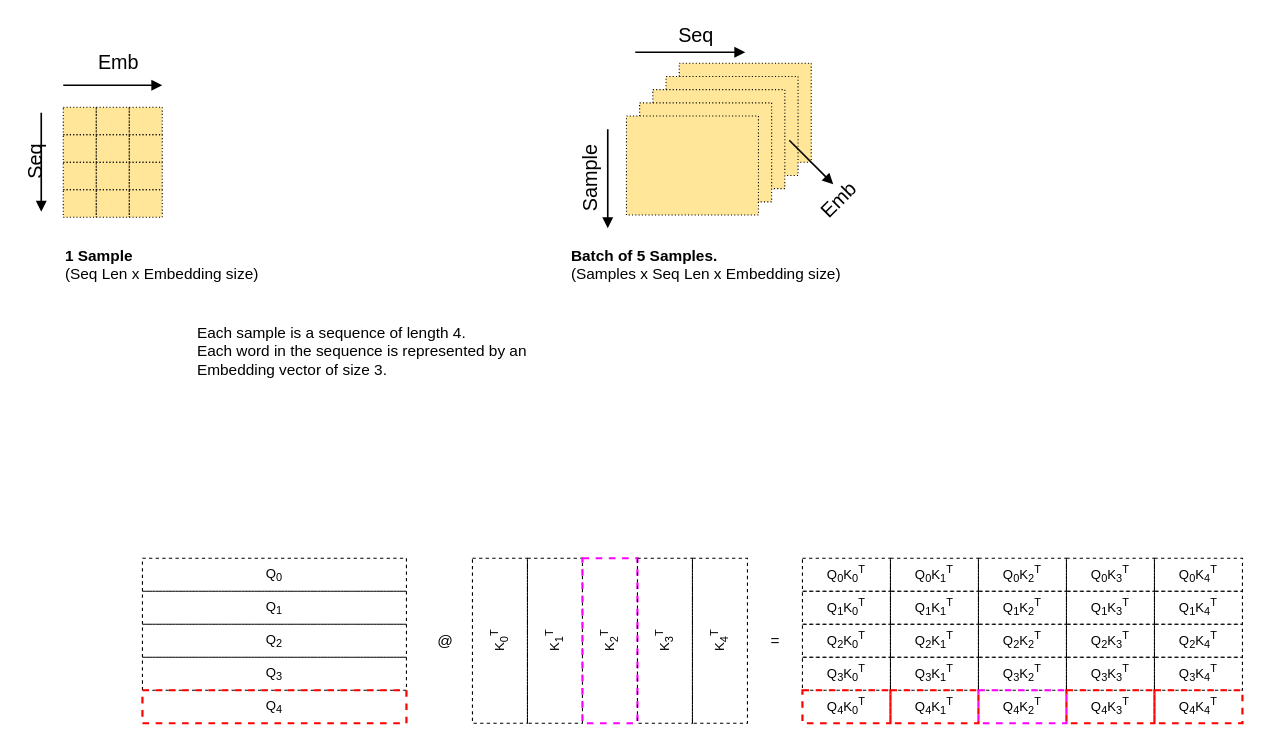
The draw.io diagram page "第 2 页" (2 of 3) of 未命名绘图.drawio in Zuofan/lean-readings, before the edit. Source tidied: cells renumbered, new cells numbered last; positions are measured from the earlier drawing's top-left corner, leaving out a move shared by most shapes. Both pictures are drawn from the tidied source at 110%, with x=0, y=0 at pixel (8, 19).
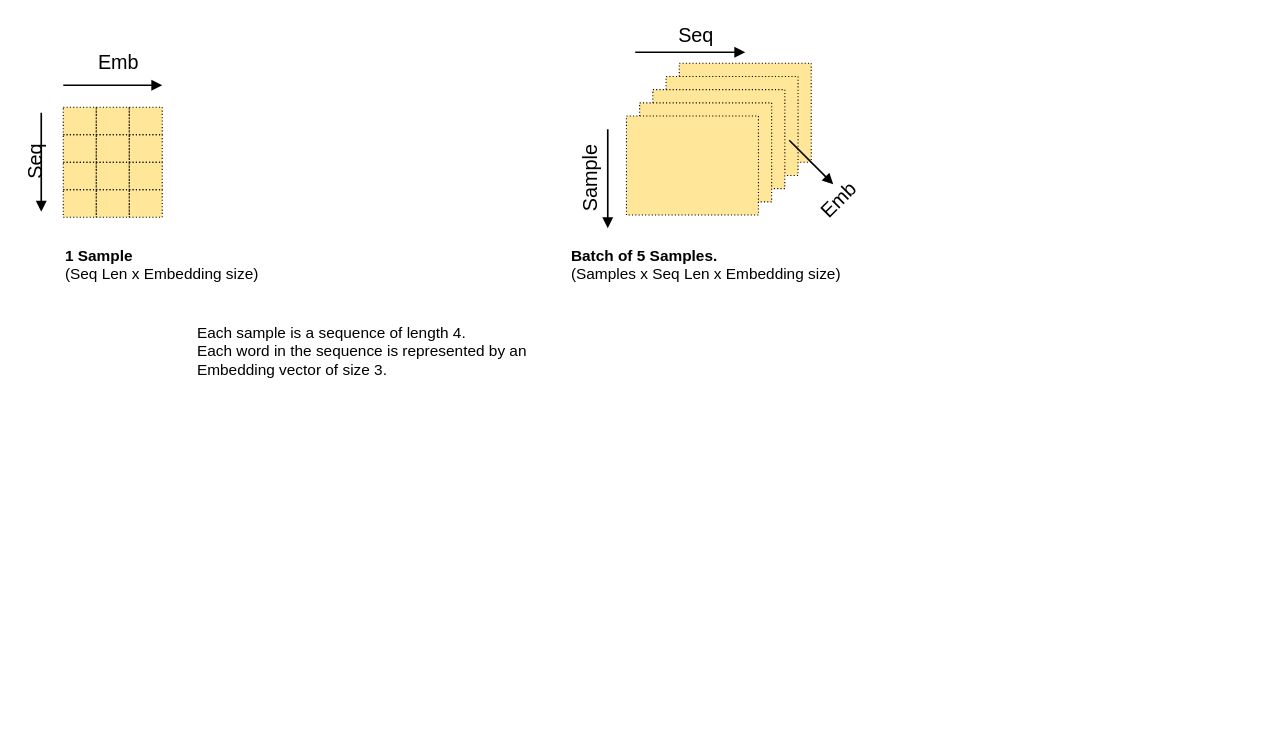
The same diagram, later.

Diff of the diagram source:
```diff
@@
-    <mxCell id="33" value="Q&lt;sub&gt;0&lt;/sub&gt;" style="rounded=0;whiteSpace=wrap;html=1;dashed=1;fillColor=none;strokeColor=#000000;fontSize=12;" parent="1" vertex="1">
-      <mxGeometry x="122" y="490" width="240" height="30" as="geometry" />
-    </mxCell>
-    <mxCell id="34" value="Q&lt;sub&gt;1&lt;/sub&gt;" style="rounded=0;whiteSpace=wrap;html=1;dashed=1;fillColor=none;strokeColor=#000000;fontSize=12;" parent="1" vertex="1">
-      <mxGeometry x="122" y="520" width="240" height="30" as="geometry" />
-    </mxCell>
-    <mxCell id="35" value="Q&lt;sub&gt;2&lt;/sub&gt;" style="rounded=0;whiteSpace=wrap;html=1;dashed=1;fillColor=none;strokeColor=#000000;fontSize=12;" parent="1" vertex="1">
-      <mxGeometry x="122" y="550" width="240" height="30" as="geometry" />
-    </mxCell>
-    <mxCell id="36" value="Q&lt;sub&gt;3&lt;/sub&gt;" style="rounded=0;whiteSpace=wrap;html=1;dashed=1;fillColor=none;strokeColor=#000000;fontSize=12;" parent="1" vertex="1">
-      <mxGeometry x="122" y="580" width="240" height="30" as="geometry" />
-    </mxCell>
-    <mxCell id="37" value="Q&lt;sub&gt;4&lt;/sub&gt;" style="rounded=0;whiteSpace=wrap;html=1;dashed=1;fillColor=none;strokeColor=#FF0000;strokeWidth=2;fontSize=12;" parent="1" vertex="1">
-      <mxGeometry x="122" y="610" width="240" height="30" as="geometry" />
-    </mxCell>
-    <mxCell id="38" value="@" style="text;html=1;align=center;verticalAlign=middle;fontSize=14;" parent="1" vertex="1">
-      <mxGeometry x="382" y="550" width="30" height="30" as="geometry" />
-    </mxCell>
-    <mxCell id="39" value="K&lt;sub&gt;0&lt;/sub&gt;&lt;sup&gt;T&lt;/sup&gt;" style="rounded=0;whiteSpace=wrap;html=1;dashed=1;fillColor=none;strokeColor=#000000;fontSize=12;horizontal=0;" parent="1" vertex="1">
-      <mxGeometry x="422" y="490" width="50" height="150" as="geometry" />
-    </mxCell>
-    <mxCell id="40" value="K&lt;sub&gt;1&lt;/sub&gt;&lt;sup&gt;T&lt;/sup&gt;" style="rounded=0;whiteSpace=wrap;html=1;dashed=1;fillColor=none;strokeColor=#000000;fontSize=12;horizontal=0;" parent="1" vertex="1">
-      <mxGeometry x="472" y="490" width="50" height="150" as="geometry" />
-    </mxCell>
-    <mxCell id="41" value="K&lt;sub&gt;2&lt;/sub&gt;&lt;sup&gt;T&lt;/sup&gt;" style="rounded=0;whiteSpace=wrap;html=1;dashed=1;fillColor=none;strokeColor=#FF00FF;strokeWidth=2;fontSize=12;horizontal=0;" parent="1" vertex="1">
-      <mxGeometry x="522" y="490" width="50" height="150" as="geometry" />
-    </mxCell>
-    <mxCell id="42" value="K&lt;sub&gt;3&lt;/sub&gt;&lt;sup&gt;T&lt;/sup&gt;" style="rounded=0;whiteSpace=wrap;html=1;dashed=1;fillColor=none;strokeColor=#000000;fontSize=12;horizontal=0;" parent="1" vertex="1">
-      <mxGeometry x="572" y="490" width="50" height="150" as="geometry" />
-    </mxCell>
-    <mxCell id="43" value="K&lt;sub&gt;4&lt;/sub&gt;&lt;sup&gt;T&lt;/sup&gt;" style="rounded=0;whiteSpace=wrap;html=1;dashed=1;fillColor=none;strokeColor=#000000;fontSize=12;horizontal=0;" parent="1" vertex="1">
-      <mxGeometry x="622" y="490" width="50" height="150" as="geometry" />
-    </mxCell>
-    <mxCell id="44" value="=" style="text;html=1;align=center;verticalAlign=middle;fontSize=14;" parent="1" vertex="1">
-      <mxGeometry x="682" y="550" width="30" height="30" as="geometry" />
-    </mxCell>
-    <mxCell id="45" value="Q&lt;sub&gt;0&lt;/sub&gt;K&lt;sub&gt;0&lt;/sub&gt;&lt;sup&gt;T&lt;/sup&gt;" style="rounded=0;whiteSpace=wrap;html=1;dashed=1;fillColor=none;strokeColor=#000000;fontSize=12;" parent="1" vertex="1">
-      <mxGeometry x="722" y="490" width="80" height="30" as="geometry" />
-    </mxCell>
-    <mxCell id="46" value="Q&lt;sub&gt;0&lt;/sub&gt;K&lt;sub&gt;1&lt;/sub&gt;&lt;sup&gt;T&lt;/sup&gt;" style="rounded=0;whiteSpace=wrap;html=1;dashed=1;fillColor=none;strokeColor=#000000;fontSize=12;" parent="1" vertex="1">
-      <mxGeometry x="802" y="490" width="80" height="30" as="geometry" />
-    </mxCell>
-    <mxCell id="47" value="Q&lt;sub&gt;0&lt;/sub&gt;K&lt;sub&gt;2&lt;/sub&gt;&lt;sup&gt;T&lt;/sup&gt;" style="rounded=0;whiteSpace=wrap;html=1;dashed=1;fillColor=none;strokeColor=#000000;fontSize=12;" parent="1" vertex="1">
-      <mxGeometry x="882" y="490" width="80" height="30" as="geometry" />
-    </mxCell>
-    <mxCell id="48" value="Q&lt;sub&gt;0&lt;/sub&gt;K&lt;sub&gt;3&lt;/sub&gt;&lt;sup&gt;T&lt;/sup&gt;" style="rounded=0;whiteSpace=wrap;html=1;dashed=1;fillColor=none;strokeColor=#000000;fontSize=12;" parent="1" vertex="1">
-      <mxGeometry x="962" y="490" width="80" height="30" as="geometry" />
-    </mxCell>
-    <mxCell id="49" value="Q&lt;sub&gt;0&lt;/sub&gt;K&lt;sub&gt;4&lt;/sub&gt;&lt;sup&gt;T&lt;/sup&gt;" style="rounded=0;whiteSpace=wrap;html=1;dashed=1;fillColor=none;strokeColor=#000000;fontSize=12;" parent="1" vertex="1">
-      <mxGeometry x="1042" y="490" width="80" height="30" as="geometry" />
-    </mxCell>
-    <mxCell id="50" value="Q&lt;sub&gt;1&lt;/sub&gt;K&lt;sub&gt;0&lt;/sub&gt;&lt;sup&gt;T&lt;/sup&gt;" style="rounded=0;whiteSpace=wrap;html=1;dashed=1;fillColor=none;strokeColor=#000000;fontSize=12;" parent="1" vertex="1">
-      <mxGeometry x="722" y="520" width="80" height="30" as="geometry" />
-    </mxCell>
-    <mxCell id="51" value="Q&lt;sub&gt;1&lt;/sub&gt;K&lt;sub&gt;1&lt;/sub&gt;&lt;sup&gt;T&lt;/sup&gt;" style="rounded=0;whiteSpace=wrap;html=1;dashed=1;fillColor=none;strokeColor=#000000;fontSize=12;" parent="1" vertex="1">
-      <mxGeometry x="802" y="520" width="80" height="30" as="geometry" />
-    </mxCell>
-    <mxCell id="52" value="Q&lt;sub&gt;1&lt;/sub&gt;K&lt;sub&gt;2&lt;/sub&gt;&lt;sup&gt;T&lt;/sup&gt;" style="rounded=0;whiteSpace=wrap;html=1;dashed=1;fillColor=none;strokeColor=#000000;fontSize=12;" parent="1" vertex="1">
-      <mxGeometry x="882" y="520" width="80" height="30" as="geometry" />
-    </mxCell>
-    <mxCell id="53" value="Q&lt;sub&gt;1&lt;/sub&gt;K&lt;sub&gt;3&lt;/sub&gt;&lt;sup&gt;T&lt;/sup&gt;" style="rounded=0;whiteSpace=wrap;html=1;dashed=1;fillColor=none;strokeColor=#000000;fontSize=12;" parent="1" vertex="1">
-      <mxGeometry x="962" y="520" width="80" height="30" as="geometry" />
-    </mxCell>
-    <mxCell id="54" value="Q&lt;sub&gt;1&lt;/sub&gt;K&lt;sub&gt;4&lt;/sub&gt;&lt;sup&gt;T&lt;/sup&gt;" style="rounded=0;whiteSpace=wrap;html=1;dashed=1;fillColor=none;strokeColor=#000000;fontSize=12;" parent="1" vertex="1">
-      <mxGeometry x="1042" y="520" width="80" height="30" as="geometry" />
-    </mxCell>
-    <mxCell id="55" value="Q&lt;sub&gt;2&lt;/sub&gt;K&lt;sub&gt;0&lt;/sub&gt;&lt;sup&gt;T&lt;/sup&gt;" style="rounded=0;whiteSpace=wrap;html=1;dashed=1;fillColor=none;strokeColor=#000000;fontSize=12;" parent="1" vertex="1">
-      <mxGeometry x="722" y="550" width="80" height="30" as="geometry" />
-    </mxCell>
-    <mxCell id="56" value="Q&lt;sub&gt;2&lt;/sub&gt;K&lt;sub&gt;1&lt;/sub&gt;&lt;sup&gt;T&lt;/sup&gt;" style="rounded=0;whiteSpace=wrap;html=1;dashed=1;fillColor=none;strokeColor=#000000;fontSize=12;" parent="1" vertex="1">
-      <mxGeometry x="802" y="550" width="80" height="30" as="geometry" />
-    </mxCell>
-    <mxCell id="57" value="Q&lt;sub&gt;2&lt;/sub&gt;K&lt;sub&gt;2&lt;/sub&gt;&lt;sup&gt;T&lt;/sup&gt;" style="rounded=0;whiteSpace=wrap;html=1;dashed=1;fillColor=none;strokeColor=#000000;fontSize=12;" parent="1" vertex="1">
-      <mxGeometry x="882" y="550" width="80" height="30" as="geometry" />
-    </mxCell>
-    <mxCell id="58" value="Q&lt;sub&gt;2&lt;/sub&gt;K&lt;sub&gt;3&lt;/sub&gt;&lt;sup&gt;T&lt;/sup&gt;" style="rounded=0;whiteSpace=wrap;html=1;dashed=1;fillColor=none;strokeColor=#000000;fontSize=12;" parent="1" vertex="1">
-      <mxGeometry x="962" y="550" width="80" height="30" as="geometry" />
-    </mxCell>
-    <mxCell id="59" value="Q&lt;sub&gt;2&lt;/sub&gt;K&lt;sub&gt;4&lt;/sub&gt;&lt;sup&gt;T&lt;/sup&gt;" style="rounded=0;whiteSpace=wrap;html=1;dashed=1;fillColor=none;strokeColor=#000000;fontSize=12;" parent="1" vertex="1">
-      <mxGeometry x="1042" y="550" width="80" height="30" as="geometry" />
-    </mxCell>
-    <mxCell id="60" value="Q&lt;sub&gt;3&lt;/sub&gt;K&lt;sub&gt;0&lt;/sub&gt;&lt;sup&gt;T&lt;/sup&gt;" style="rounded=0;whiteSpace=wrap;html=1;dashed=1;fillColor=none;strokeColor=#000000;fontSize=12;" parent="1" vertex="1">
-      <mxGeometry x="722" y="580" width="80" height="30" as="geometry" />
-    </mxCell>
-    <mxCell id="61" value="Q&lt;sub&gt;3&lt;/sub&gt;K&lt;sub&gt;1&lt;/sub&gt;&lt;sup&gt;T&lt;/sup&gt;" style="rounded=0;whiteSpace=wrap;html=1;dashed=1;fillColor=none;strokeColor=#000000;fontSize=12;" parent="1" vertex="1">
-      <mxGeometry x="802" y="580" width="80" height="30" as="geometry" />
-    </mxCell>
-    <mxCell id="62" value="Q&lt;sub&gt;3&lt;/sub&gt;K&lt;sub&gt;2&lt;/sub&gt;&lt;sup&gt;T&lt;/sup&gt;" style="rounded=0;whiteSpace=wrap;html=1;dashed=1;fillColor=none;strokeColor=#000000;fontSize=12;" parent="1" vertex="1">
-      <mxGeometry x="882" y="580" width="80" height="30" as="geometry" />
-    </mxCell>
-    <mxCell id="63" value="Q&lt;sub&gt;3&lt;/sub&gt;K&lt;sub&gt;3&lt;/sub&gt;&lt;sup&gt;T&lt;/sup&gt;" style="rounded=0;whiteSpace=wrap;html=1;dashed=1;fillColor=none;strokeColor=#000000;fontSize=12;" parent="1" vertex="1">
-      <mxGeometry x="962" y="580" width="80" height="30" as="geometry" />
-    </mxCell>
-    <mxCell id="64" value="Q&lt;sub&gt;3&lt;/sub&gt;K&lt;sub&gt;4&lt;/sub&gt;&lt;sup&gt;T&lt;/sup&gt;" style="rounded=0;whiteSpace=wrap;html=1;dashed=1;fillColor=none;strokeColor=#000000;fontSize=12;" parent="1" vertex="1">
-      <mxGeometry x="1042" y="580" width="80" height="30" as="geometry" />
-    </mxCell>
-    <mxCell id="65" value="Q&lt;sub&gt;4&lt;/sub&gt;K&lt;sub&gt;0&lt;/sub&gt;&lt;sup&gt;T&lt;/sup&gt;" style="rounded=0;whiteSpace=wrap;html=1;dashed=1;fillColor=none;strokeColor=#FF0000;strokeWidth=2;fontSize=12;" parent="1" vertex="1">
-      <mxGeometry x="722" y="610" width="80" height="30" as="geometry" />
-    </mxCell>
-    <mxCell id="66" value="Q&lt;sub&gt;4&lt;/sub&gt;K&lt;sub&gt;1&lt;/sub&gt;&lt;sup&gt;T&lt;/sup&gt;" style="rounded=0;whiteSpace=wrap;html=1;dashed=1;fillColor=none;strokeColor=#FF0000;strokeWidth=2;fontSize=12;" parent="1" vertex="1">
-      <mxGeometry x="802" y="610" width="80" height="30" as="geometry" />
-    </mxCell>
-    <mxCell id="67" value="Q&lt;sub&gt;4&lt;/sub&gt;K&lt;sub&gt;2&lt;/sub&gt;&lt;sup&gt;T&lt;/sup&gt;" style="rounded=0;whiteSpace=wrap;html=1;dashed=1;fillColor=none;strokeColor=#FF00FF;strokeWidth=2;fontSize=12;" parent="1" vertex="1">
-      <mxGeometry x="882" y="610" width="80" height="30" as="geometry" />
-    </mxCell>
-    <mxCell id="68" value="Q&lt;sub&gt;4&lt;/sub&gt;K&lt;sub&gt;3&lt;/sub&gt;&lt;sup&gt;T&lt;/sup&gt;" style="rounded=0;whiteSpace=wrap;html=1;dashed=1;fillColor=none;strokeColor=#FF0000;strokeWidth=2;fontSize=12;" parent="1" vertex="1">
-      <mxGeometry x="962" y="610" width="80" height="30" as="geometry" />
-    </mxCell>
-    <mxCell id="69" value="Q&lt;sub&gt;4&lt;/sub&gt;K&lt;sub&gt;4&lt;/sub&gt;&lt;sup&gt;T&lt;/sup&gt;" style="rounded=0;whiteSpace=wrap;html=1;dashed=1;fillColor=none;strokeColor=#FF0000;strokeWidth=2;fontSize=12;" parent="1" vertex="1">
-      <mxGeometry x="1042" y="610" width="80" height="30" as="geometry" />
-    </mxCell>
```
